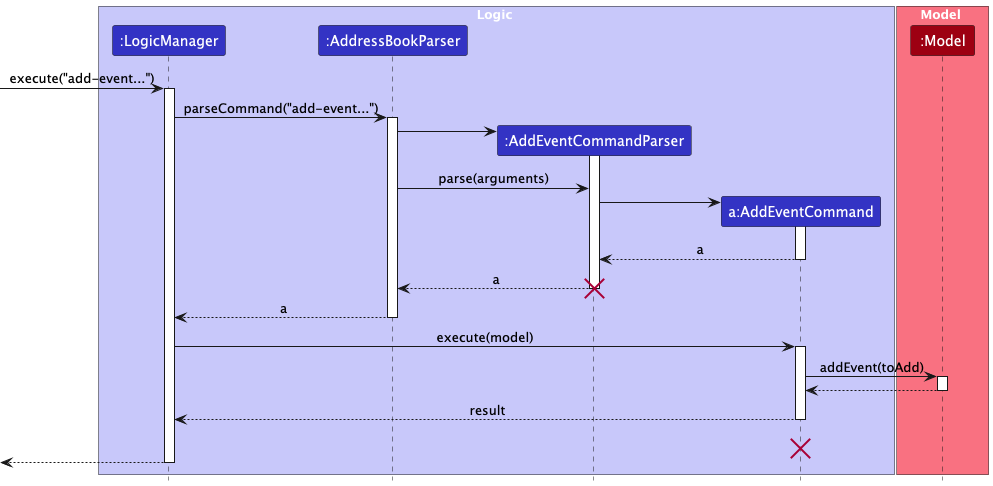
Before: docs/images/AddEventSequenceDiagram-Logic.png, a diagram exported from PlantUML (jaxwong/tp).
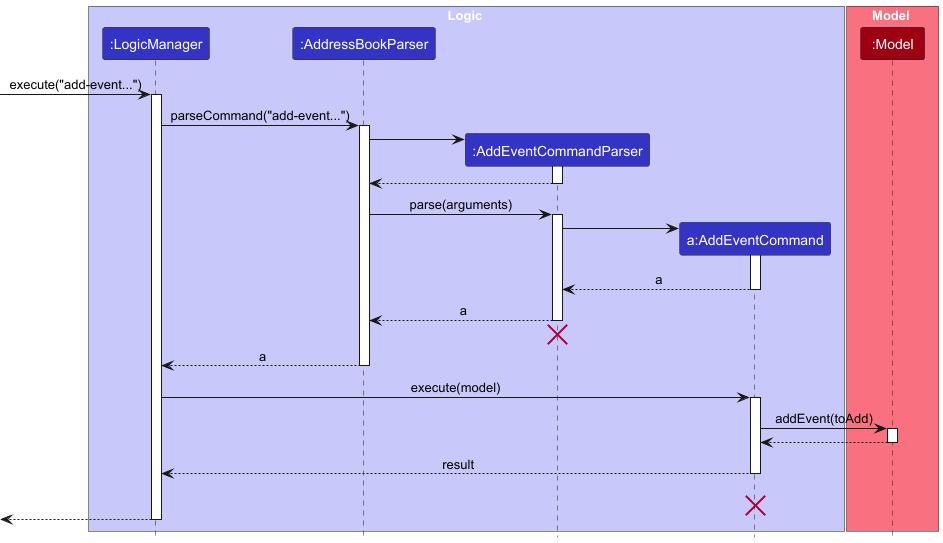
After the change.

The edit, as a diff of the source:
```diff
@@ -23,7 +23,11 @@
 AddressBookParser -> AddEventCommandParser
 activate AddEventCommandParser
 
+AddEventCommandParser --> AddressBookParser
+deactivate AddEventCommandParser
+
 AddressBookParser -> AddEventCommandParser : parse(arguments)
+activate AddEventCommandParser
 
 create AddEventCommand
 AddEventCommandParser -> AddEventCommand
@@ -34,6 +38,8 @@
 
 AddEventCommandParser --> AddressBookParser : a
 deactivate AddEventCommandParser
+
+AddEventCommandParser -[hidden]-> AddressBookParser
 destroy AddEventCommandParser
 
 AddressBookParser --> LogicManager : a
```
